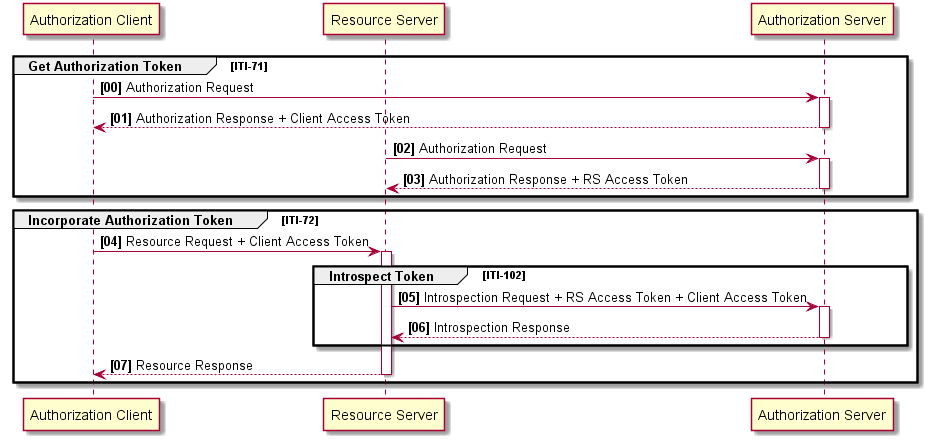
Before: IUA.b/media/introspect.png, a diagram exported from PlantUML (IHE/IT-Infrastructure). Source of this version:
```plantuml
@startuml

participant "Authorization Client" as Client
participant "Resource Server" as ResourceServer
participant "Authorization Server" as AuthzServer

autonumber 0 1 "<b>[00]"
autoactivate on

group Get Authorization Token [ITI-71]
Client -> AuthzServer : Authorization Request
Client <-- AuthzServer : Authorization Response + Client Access Token

ResourceServer -> AuthzServer : Authorization Request
ResourceServer <-- AuthzServer : Authorization Response + RS Access Token
end

group Incorporate Authorization Token [ITI-72]
Client -> ResourceServer : Resource Request + Client Access Token

group Introspect Token [ITI-102]
ResourceServer -> AuthzServer : Introspection Request + RS Access Token + Client Access Token
ResourceServer <-- AuthzServer : Introspection Response
end

Client <-- ResourceServer : Resource Response
end

autonumber stop

@enduml
```
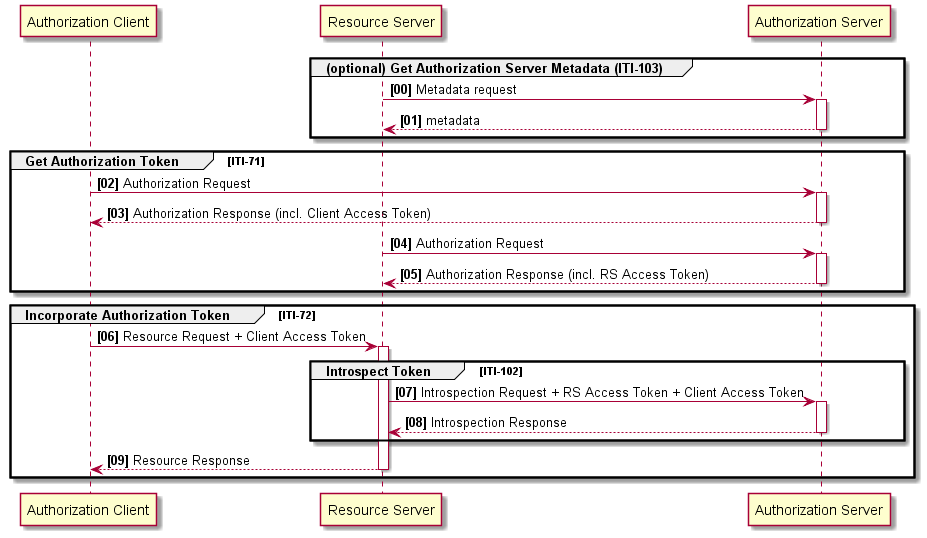
After the change.

Commit message:
Adding metadata support #111

Diff of the diagram source:
```diff
@@ -1,4 +1,4 @@
-@startuml
+@startuml introspect
 
 participant "Authorization Client" as Client
 participant "Resource Server" as ResourceServer
@@ -7,12 +7,17 @@
 autonumber 0 1 "<b>[00]"
 autoactivate on
 
+group (optional) Get Authorization Server Metadata (ITI-103)
+    ResourceServer -> AuthzServer : Metadata request
+    AuthzServer --> ResourceServer: metadata
+end
+
 group Get Authorization Token [ITI-71]
 Client -> AuthzServer : Authorization Request
-Client <-- AuthzServer : Authorization Response + Client Access Token
+Client <-- AuthzServer : Authorization Response (incl. Client Access Token)
 
 ResourceServer -> AuthzServer : Authorization Request
-ResourceServer <-- AuthzServer : Authorization Response + RS Access Token
+ResourceServer <-- AuthzServer : Authorization Response (incl. RS Access Token)
 end
 
 group Incorporate Authorization Token [ITI-72]
```
